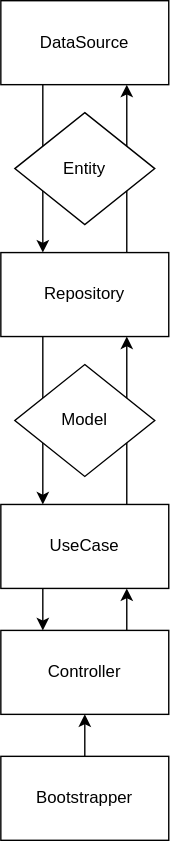
The draw.io diagram docs/UML/architecture.svg in andreee13/eis-app-public, before a commit. Source tidied: cells renumbered, new cells last; positions are measured from the earlier drawing's top-left corner, leaving out a move shared by most shapes.
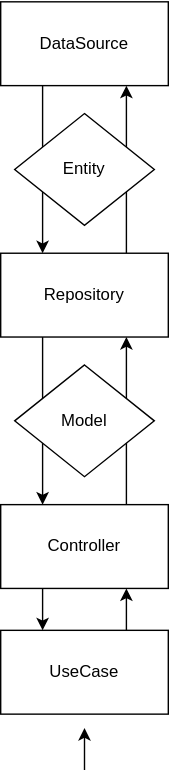
After the change.

What changed in the source:
```diff
@@ -23,26 +23,26 @@
     <mxCell id="8" style="edgeStyle=orthogonalEdgeStyle;rounded=0;jettySize=auto;html=1;exitX=0.25;exitY=1;exitDx=0;exitDy=0;entryX=0.25;entryY=0;entryDx=0;entryDy=0;" parent="1" edge="1" source="9" target="11">
       <mxGeometry relative="1" as="geometry" />
     </mxCell>
-    <mxCell id="9" value="UseCase" style="rounded=0;whiteSpace=wrap;html=1;" parent="1" vertex="1">
+    <mxCell id="9" value="Controller" style="rounded=0;whiteSpace=wrap;html=1;" parent="1" vertex="1">
       <mxGeometry y="360" width="120" height="60" as="geometry" />
     </mxCell>
     <mxCell id="10" style="edgeStyle=orthogonalEdgeStyle;rounded=0;jettySize=auto;html=1;exitX=0.75;exitY=0;exitDx=0;exitDy=0;entryX=0.75;entryY=1;entryDx=0;entryDy=0;" parent="1" edge="1" source="11" target="9">
       <mxGeometry relative="1" as="geometry" />
     </mxCell>
-    <mxCell id="11" value="Controller" style="rounded=0;whiteSpace=wrap;html=1;" parent="1" vertex="1">
+    <mxCell id="11" value="UseCase" style="rounded=0;whiteSpace=wrap;html=1;" parent="1" vertex="1">
       <mxGeometry y="450" width="120" height="60" as="geometry" />
     </mxCell>
-    <mxCell id="12" style="edgeStyle=orthogonalEdgeStyle;rounded=0;jettySize=auto;html=1;exitX=0.5;exitY=0;exitDx=0;exitDy=0;entryX=0.5;entryY=1;entryDx=0;entryDy=0;" parent="1" edge="1" source="13" target="11">
-      <mxGeometry relative="1" as="geometry" />
-    </mxCell>
-    <mxCell id="13" value="Bootstrapper" style="rounded=0;whiteSpace=wrap;html=1;" parent="1" vertex="1">
-      <mxGeometry y="540" width="120" height="60" as="geometry" />
-    </mxCell>
     <mxCell id="14" value="Entity" style="rhombus;whiteSpace=wrap;html=1;" parent="1" vertex="1">
       <mxGeometry x="10" y="80" width="100" height="80" as="geometry" />
     </mxCell>
     <mxCell id="15" value="Model" style="rhombus;whiteSpace=wrap;html=1;" parent="1" vertex="1">
       <mxGeometry x="10" y="260" width="100" height="80" as="geometry" />
     </mxCell>
+    <mxCell id="16" style="endArrow=classic;html=1;rounded=0;" parent="1" edge="1">
+      <mxGeometry relative="1" as="geometry">
+        <mxPoint x="60" y="550" as="sourcePoint" />
+        <mxPoint x="60" y="520" as="targetPoint" />
+      </mxGeometry>
+    </mxCell>
   </root>
 </mxGraphModel>
```
